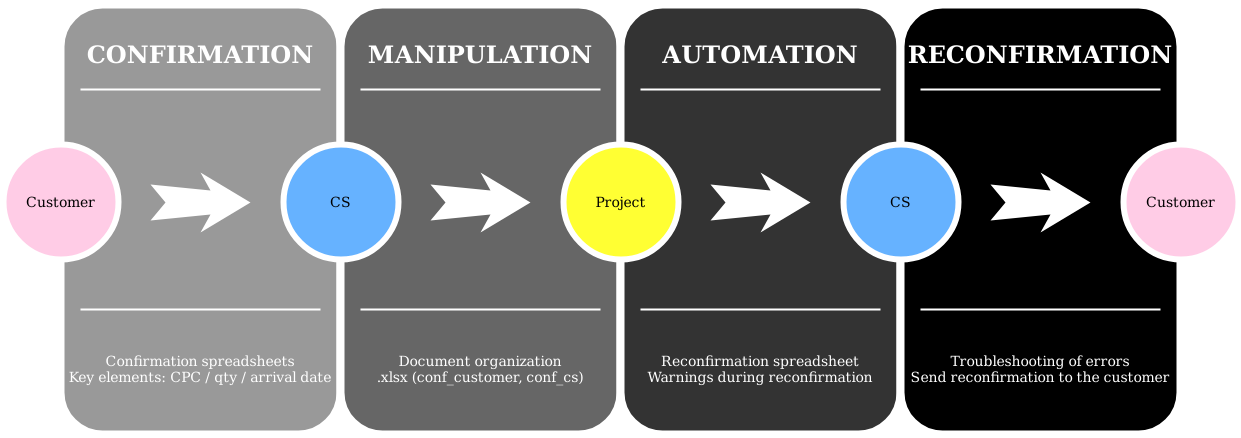
FerreiraEnzoA/Porfolio keeps this draw.io diagram as images/proj2.png. Above is the earlier version. Source tidied: cells renumbered, new cells last; positions are measured from the earlier drawing's top-left corner, leaving out a move shared by most shapes.
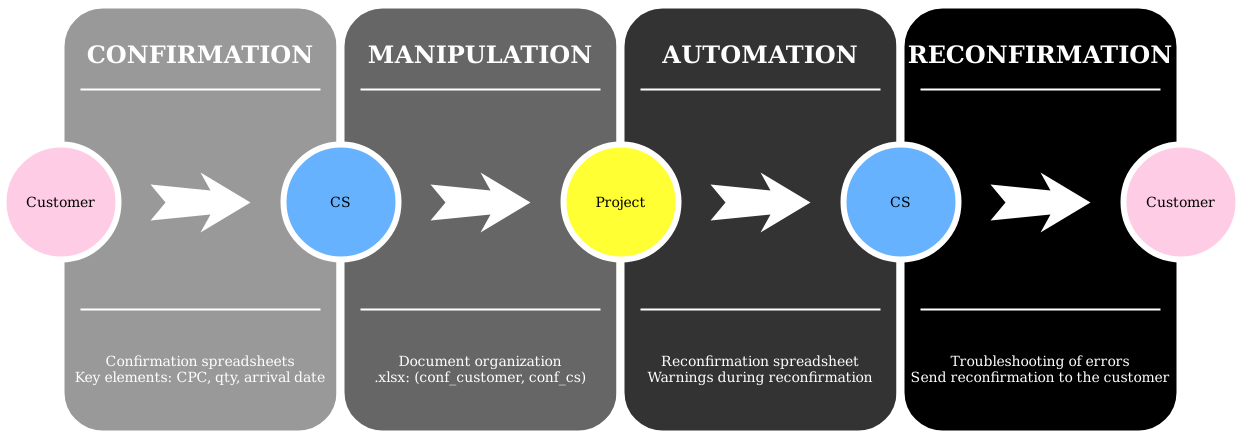
After the change.

What changed in the source:
```diff
@@ -8,7 +8,7 @@
     <mxCell id="3" value="CONFIRMATION" style="text;html=1;strokeColor=none;fillColor=none;align=center;verticalAlign=middle;whiteSpace=wrap;rounded=0;shadow=0;fontSize=24;fontColor=#FFFFFF;fontStyle=1;" parent="1" vertex="1">
       <mxGeometry x="57" y="20" width="280" height="60" as="geometry" />
     </mxCell>
-    <mxCell id="4" value="&lt;div&gt;&lt;span class=&quot;VIiyi&quot; lang=&quot;en&quot;&gt;&lt;span class=&quot;JLqJ4b ChMk0b&quot;&gt;&lt;span&gt;Confirmation spreadsheets&lt;/span&gt;&lt;/span&gt;&lt;span class=&quot;JLqJ4b&quot;&gt;&lt;span&gt;&lt;br&gt;&lt;/span&gt;&lt;/span&gt;&lt;/span&gt;&lt;/div&gt;&lt;div&gt;&lt;span class=&quot;VIiyi&quot; lang=&quot;en&quot;&gt;&lt;span class=&quot;JLqJ4b&quot;&gt;&lt;span&gt;&lt;/span&gt;&lt;/span&gt;&lt;span class=&quot;JLqJ4b ChMk0b&quot;&gt;&lt;span&gt;Key elements: CPC / qty / arrival date&lt;br&gt;&lt;/span&gt;&lt;/span&gt;&lt;/span&gt;&lt;/div&gt; " style="text;html=1;strokeColor=none;fillColor=none;align=center;verticalAlign=middle;whiteSpace=wrap;rounded=0;shadow=0;fontSize=14;fontColor=#FFFFFF;" parent="1" vertex="1">
+    <mxCell id="4" value="&lt;div&gt;&lt;span class=&quot;VIiyi&quot; lang=&quot;en&quot;&gt;&lt;span class=&quot;JLqJ4b ChMk0b&quot;&gt;&lt;span&gt;Confirmation spreadsheets&lt;/span&gt;&lt;/span&gt;&lt;span class=&quot;JLqJ4b&quot;&gt;&lt;span&gt;&lt;br&gt;&lt;/span&gt;&lt;/span&gt;&lt;/span&gt;&lt;/div&gt;&lt;div&gt;&lt;span class=&quot;VIiyi&quot; lang=&quot;en&quot;&gt;&lt;span class=&quot;JLqJ4b&quot;&gt;&lt;span&gt;&lt;/span&gt;&lt;/span&gt;&lt;span class=&quot;JLqJ4b ChMk0b&quot;&gt;&lt;span&gt;Key elements: CPC, qty, arrival date&lt;br&gt;&lt;/span&gt;&lt;/span&gt;&lt;/span&gt;&lt;/div&gt; " style="text;html=1;strokeColor=none;fillColor=none;align=center;verticalAlign=middle;whiteSpace=wrap;rounded=0;shadow=0;fontSize=14;fontColor=#FFFFFF;" parent="1" vertex="1">
       <mxGeometry x="57" y="320" width="280" height="90" as="geometry" />
     </mxCell>
     <mxCell id="5" style="line;strokeWidth=2;html=1;rounded=0;shadow=0;fontSize=27;align=center;fillColor=none;strokeColor=#FFFFFF;" parent="1" vertex="1">
@@ -29,7 +29,7 @@
     <mxCell id="10" value="MANIPULATION" style="text;html=1;strokeColor=none;fillColor=none;align=center;verticalAlign=middle;whiteSpace=wrap;rounded=0;shadow=0;fontSize=24;fontColor=#FFFFFF;fontStyle=1;" parent="1" vertex="1">
       <mxGeometry x="337" y="20" width="280" height="60" as="geometry" />
     </mxCell>
-    <mxCell id="11" value="Document organization&lt;br&gt;.xlsx (conf_customer, conf_cs)" style="text;html=1;strokeColor=none;fillColor=none;align=center;verticalAlign=middle;whiteSpace=wrap;rounded=0;shadow=0;fontSize=14;fontColor=#FFFFFF;" parent="1" vertex="1">
+    <mxCell id="11" value="Document organization&lt;br&gt;.xlsx: (conf_customer, conf_cs)" style="text;html=1;strokeColor=none;fillColor=none;align=center;verticalAlign=middle;whiteSpace=wrap;rounded=0;shadow=0;fontSize=14;fontColor=#FFFFFF;" parent="1" vertex="1">
       <mxGeometry x="337" y="320" width="280" height="90" as="geometry" />
     </mxCell>
     <mxCell id="12" style="line;strokeWidth=2;html=1;rounded=0;shadow=0;fontSize=27;align=center;fillColor=none;strokeColor=#FFFFFF;" parent="1" vertex="1">
```
